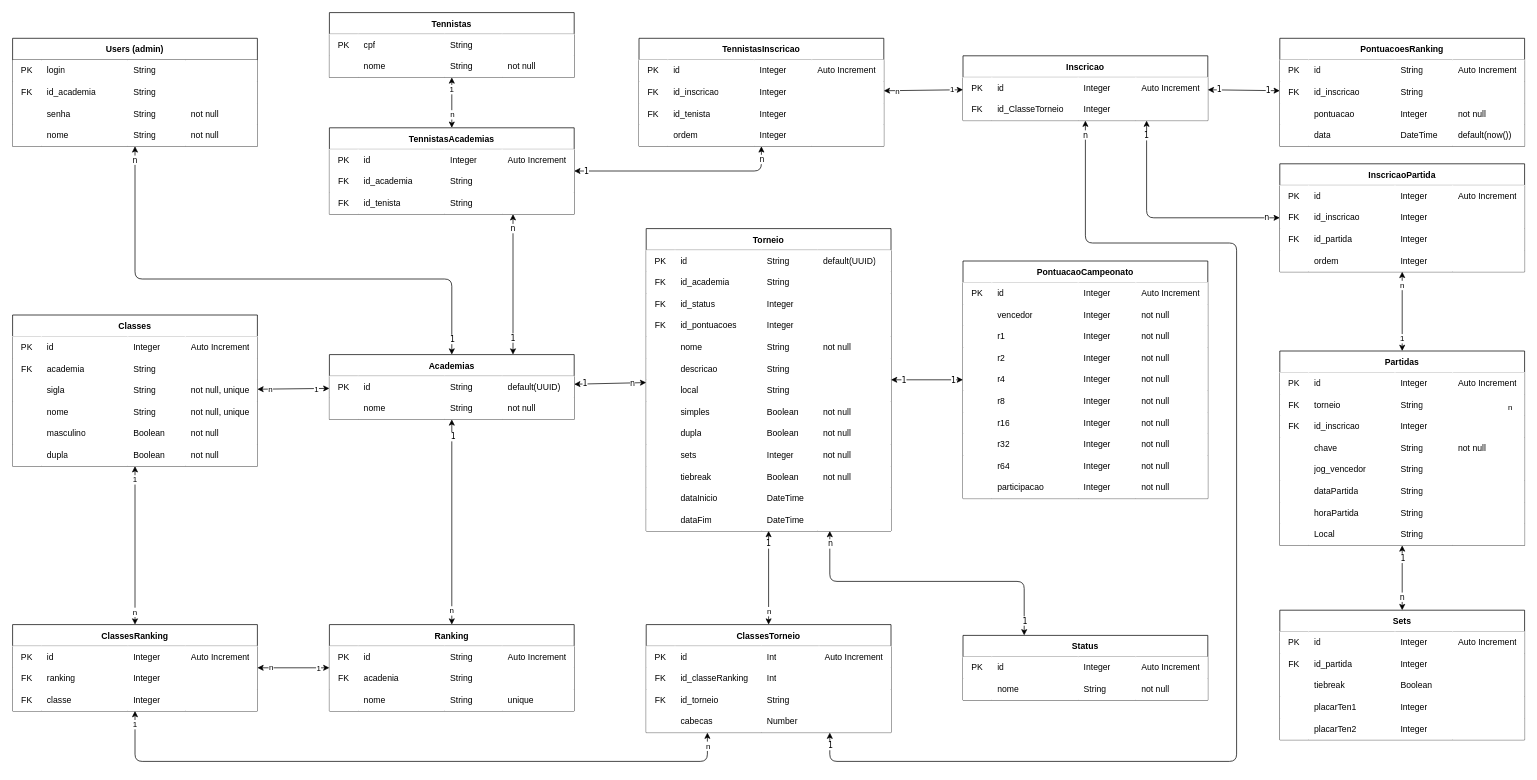
Earlier version of the draw.io diagram prisma/schema2.0.drawio (Vanakaus/projetoRaquete_server). Source tidied: cells renumbered, new cells numbered last; positions are measured from the earlier drawing's top-left corner, leaving out a move shared by most shapes. Both pictures are drawn from the tidied source at 72%, with x=0, y=0 at pixel (12, 12).
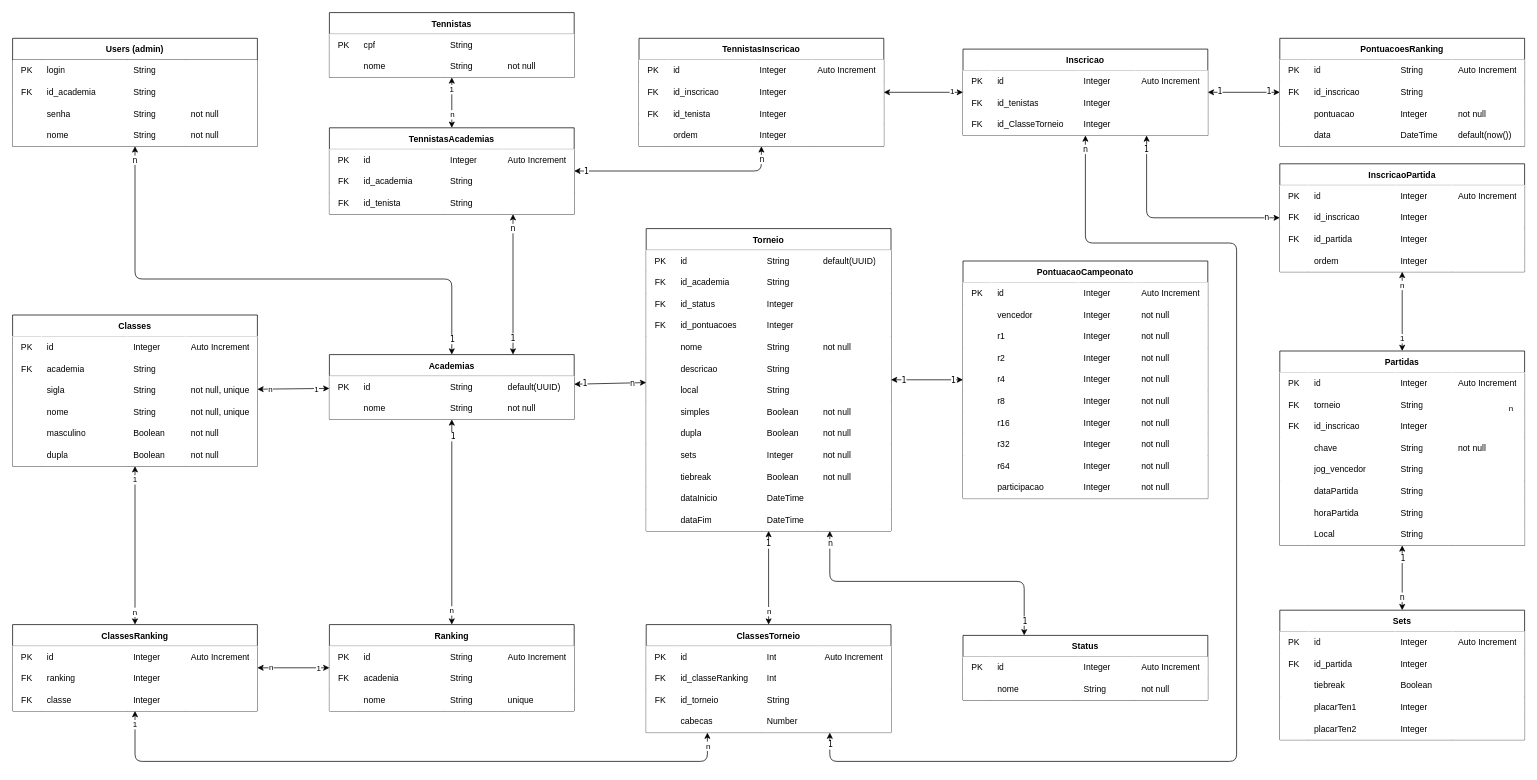
The same page after the edit.

Unchanged cells that the change refers to:
```xml
<mxCell id="450" style="edgeStyle=none;html=1;startArrow=classic;startFill=1;" parent="1" edge="1" source="454" target="209">
  <mxGeometry relative="1" as="geometry" />
</mxCell>
```

What changed in the source:
```diff
@@
     <mxCell id="209" value="Inscricao" style="shape=table;startSize=30;childLayout=tableLayout;rowLines=0;fontStyle=1;gradientColor=none;fillColor=default;columnLines=0;strokeColor=default;" parent="1" vertex="1">
-      <mxGeometry x="1320" y="60" width="340" height="90" as="geometry" />
+      <mxGeometry x="1320" y="50.7" width="340" height="120" as="geometry" />
     </mxCell>
@@
+    <mxCell id="475" style="shape=tableRow;horizontal=0;startSize=0;swimlaneHead=0;swimlaneBody=0;top=0;left=0;bottom=0;right=0;fillColor=none;" parent="209" vertex="1">
+      <mxGeometry y="60" width="340" height="30" as="geometry" />
+    </mxCell>
+    <mxCell id="476" value="FK" style="shape=partialRectangle;html=1;whiteSpace=wrap;fillColor=default;top=0;left=0;bottom=0;right=0;overflow=hidden;strokeColor=#FFFFFF;" parent="475" vertex="1">
+      <mxGeometry width="40" height="30" as="geometry" />
+    </mxCell>
+    <mxCell id="477" value="id_tenistas" style="shape=partialRectangle;html=1;whiteSpace=wrap;fillColor=default;top=0;left=0;bottom=0;right=0;align=left;spacingLeft=6;overflow=hidden;strokeColor=#FFFFFF;" parent="475" vertex="1">
+      <mxGeometry x="40" width="120" height="30" as="geometry" />
+    </mxCell>
+    <mxCell id="478" value="Integer" style="shape=partialRectangle;html=1;whiteSpace=wrap;fillColor=default;top=0;left=0;bottom=0;right=0;align=left;spacingLeft=6;overflow=hidden;strokeColor=#FFFFFF;" parent="475" vertex="1">
+      <mxGeometry x="160" width="80" height="30" as="geometry" />
+    </mxCell>
+    <mxCell id="479" style="shape=partialRectangle;html=1;whiteSpace=wrap;fillColor=default;top=0;left=0;bottom=0;right=0;align=left;spacingLeft=6;overflow=hidden;strokeColor=#FFFFFF;" parent="475" vertex="1">
+      <mxGeometry x="240" width="100" height="30" as="geometry" />
+    </mxCell>
     <mxCell id="215" style="shape=tableRow;horizontal=0;startSize=0;swimlaneHead=0;swimlaneBody=0;top=0;left=0;bottom=0;right=0;fillColor=none;" parent="209" vertex="1">
-      <mxGeometry y="60" width="340" height="30" as="geometry" />
+      <mxGeometry y="90" width="340" height="30" as="geometry" />
     </mxCell>
@@
-    <mxCell id="453" value="n" style="edgeLabel;html=1;align=center;verticalAlign=middle;" parent="450" vertex="1">
-      <mxGeometry x="-0.65" relative="1" as="geometry" />
-    </mxCell>
```
